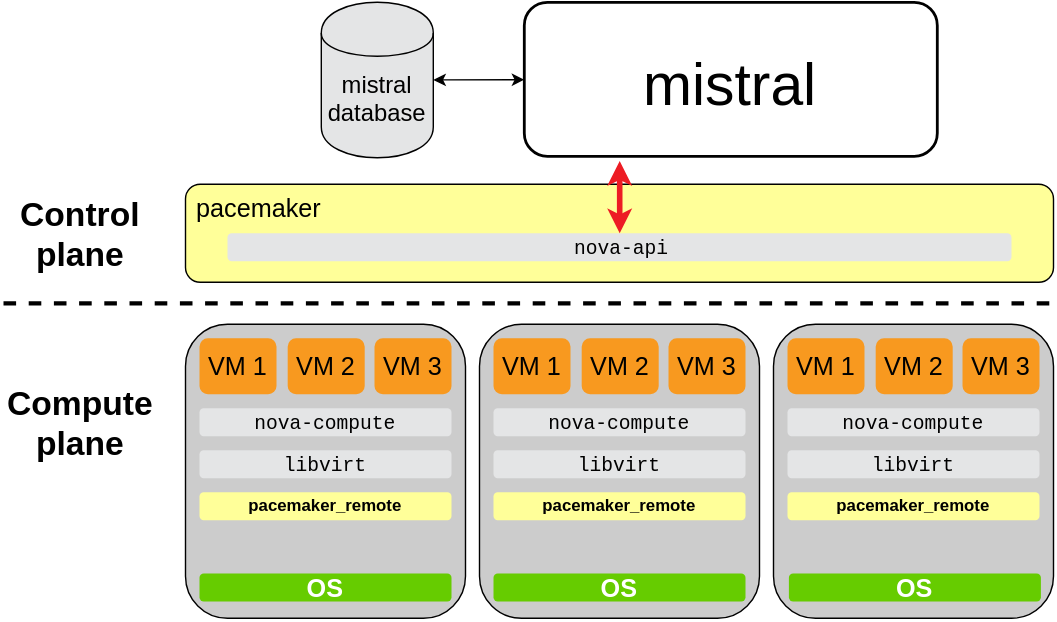
This is images/mistral-architecture.svg from SUSE/compute-ha-training, a draw.io export, as it was before one commit. Source tidied: cells renumbered, new cells last; positions are measured from the earlier drawing's top-left corner, leaving out a move shared by most shapes. Its diagram source:
```xml
<mxGraphModel background="#ffffff">
  <root>
    <mxCell id="0" />
    <mxCell id="1" parent="0" />
    <mxCell id="2" value="mistral" style="rounded=1;fontFamily=Arial;fillColor=#ffffff;strokeWidth=2;fontSize=42;strokeColor=#000000;" parent="1" vertex="1">
      <mxGeometry x="372" width="295" height="110" as="geometry" />
    </mxCell>
    <mxCell id="3" style="endArrow=classic;startArrow=classic;html=1;" parent="1" edge="1" source="4" target="2">
      <mxGeometry x="298" y="155.3" as="geometry" />
    </mxCell>
    <mxCell id="4" value="mistral&#10;database" style="shape=cylinder;rounded=1;shadow=0;strokeColor=#000000;strokeWidth=1;fillColor=#E4E5E6;fontFamily=Arial;fontSize=17;fontColor=#000000;align=center;spacingTop=26;" parent="1" vertex="1">
      <mxGeometry x="227" width="80" height="111" as="geometry" />
    </mxCell>
    <mxCell id="5" value=" pacemaker" style="rounded=1;whiteSpace=wrap;shadow=0;fontFamily=Arial;fillColor=#FFFF99;verticalAlign=top;align=left;fontSize=18;" parent="1" vertex="1">
      <mxGeometry x="130" y="130" width="620" height="70" as="geometry" />
    </mxCell>
    <mxCell id="6" value="nova-api" style="rounded=1;whiteSpace=wrap;strokeColor=none;fillColor=#E4E5E6;fontSize=14;fontFamily=Courier New;" parent="1" vertex="1">
      <mxGeometry x="160" y="165" width="560" height="20" as="geometry" />
    </mxCell>
    <mxCell id="7" style="line;html=1;dashed=1;strokeWidth=3;" parent="1" vertex="1">
      <mxGeometry y="210" width="750" height="10" as="geometry" />
    </mxCell>
    <mxCell id="8" value="Control plane" style="text;strokeColor=none;fillColor=none;align=center;verticalAlign=middle;whiteSpace=wrap;overflow=hidden;rounded=1;shadow=0;dashed=1;fontFamily=Arial;fontColor=#000000;fontStyle=1;fontSize=24;" parent="1" vertex="1">
      <mxGeometry y="130" width="110" height="70" as="geometry" />
    </mxCell>
    <mxCell id="9" value="Compute plane" style="text;strokeColor=none;fillColor=none;align=center;verticalAlign=middle;whiteSpace=wrap;overflow=hidden;rounded=1;shadow=0;dashed=1;fontFamily=Arial;fontColor=#000000;fontStyle=1;fontSize=24;" parent="1" vertex="1">
      <mxGeometry y="265" width="110" height="70" as="geometry" />
    </mxCell>
    <mxCell id="10" style="group;" parent="1" vertex="1">
      <mxGeometry x="130" y="230" width="200" height="210" as="geometry" />
    </mxCell>
    <mxCell id="11" style="rounded=1;whiteSpace=wrap;html=1;shadow=0;perimeterSpacing=0;fillColor=#CCCCCC;" parent="10" vertex="1">
      <mxGeometry width="200" height="210" as="geometry" />
    </mxCell>
    <mxCell id="12" value="pacemaker_remote" style="rounded=1;fillColor=#FFFF99;strokeColor=none;fontStyle=1;fontSize=12;" parent="10" vertex="1">
      <mxGeometry x="10" y="120" width="180" height="20" as="geometry" />
    </mxCell>
    <mxCell id="13" value="OS" style="rounded=1;fillColor=#66cc00;strokeColor=none;fontColor=#FFFFFF;fontStyle=1;fontSize=18;" parent="10" vertex="1">
      <mxGeometry x="10" y="178" width="180" height="20" as="geometry" />
    </mxCell>
    <mxCell id="14" value="VM 1" style="rounded=1;strokeColor=none;fillColor=#F8991F;fontSize=18;" parent="10" vertex="1">
      <mxGeometry x="10" y="10" width="55" height="40" as="geometry" />
    </mxCell>
    <mxCell id="15" value="VM 2" style="rounded=1;strokeColor=none;fillColor=#F8991F;fontSize=18;" parent="10" vertex="1">
      <mxGeometry x="73" y="10" width="55" height="40" as="geometry" />
    </mxCell>
    <mxCell id="16" value="VM 3" style="rounded=1;strokeColor=none;fillColor=#F8991F;fontSize=18;" parent="10" vertex="1">
      <mxGeometry x="135" y="10" width="55" height="40" as="geometry" />
    </mxCell>
    <mxCell id="17" value="libvirt" style="rounded=1;fillColor=#E4E5E6;strokeColor=none;fontFamily=Courier New;fontSize=14;" parent="10" vertex="1">
      <mxGeometry x="10" y="90" width="180" height="20" as="geometry" />
    </mxCell>
    <mxCell id="18" value="nova-compute" style="rounded=1;strokeColor=none;fillColor=#E4E5E6;fontFamily=Courier New;fontSize=14;" parent="10" vertex="1">
      <mxGeometry x="10" y="60" width="180" height="20" as="geometry" />
    </mxCell>
    <mxCell id="19" style="group;" parent="1" vertex="1">
      <mxGeometry x="340" y="230" width="200" height="210" as="geometry" />
    </mxCell>
    <mxCell id="20" style="rounded=1;whiteSpace=wrap;html=1;shadow=0;perimeterSpacing=0;fillColor=#CCCCCC;" parent="19" vertex="1">
      <mxGeometry width="200" height="210" as="geometry" />
    </mxCell>
    <mxCell id="21" value="pacemaker_remote" style="rounded=1;fillColor=#FFFF99;strokeColor=none;fontStyle=1;fontSize=12;" parent="19" vertex="1">
      <mxGeometry x="10" y="120" width="180" height="20" as="geometry" />
    </mxCell>
    <mxCell id="22" value="VM 1" style="rounded=1;strokeColor=none;fillColor=#F8991F;fontSize=18;" parent="19" vertex="1">
      <mxGeometry x="10" y="10" width="55" height="40" as="geometry" />
    </mxCell>
    <mxCell id="23" value="VM 2" style="rounded=1;strokeColor=none;fillColor=#F8991F;fontSize=18;" parent="19" vertex="1">
      <mxGeometry x="73" y="10" width="55" height="40" as="geometry" />
    </mxCell>
    <mxCell id="24" value="VM 3" style="rounded=1;strokeColor=none;fillColor=#F8991F;fontSize=18;" parent="19" vertex="1">
      <mxGeometry x="135" y="10" width="55" height="40" as="geometry" />
    </mxCell>
    <mxCell id="25" value="libvirt" style="rounded=1;fillColor=#E4E5E6;strokeColor=none;fontFamily=Courier New;fontSize=14;" parent="19" vertex="1">
      <mxGeometry x="10" y="90" width="180" height="20" as="geometry" />
    </mxCell>
    <mxCell id="26" value="nova-compute" style="rounded=1;strokeColor=none;fillColor=#E4E5E6;fontFamily=Courier New;fontSize=14;" parent="19" vertex="1">
      <mxGeometry x="10" y="60" width="180" height="20" as="geometry" />
    </mxCell>
    <mxCell id="27" value="OS" style="rounded=1;fillColor=#66cc00;strokeColor=none;fontColor=#FFFFFF;fontStyle=1;fontSize=18;" parent="19" vertex="1">
      <mxGeometry x="10" y="178" width="180" height="20" as="geometry" />
    </mxCell>
    <mxCell id="28" style="group;" parent="1" vertex="1">
      <mxGeometry x="550" y="230" width="200" height="210" as="geometry" />
    </mxCell>
    <mxCell id="29" style="rounded=1;whiteSpace=wrap;html=1;shadow=0;perimeterSpacing=0;fillColor=#CCCCCC;" parent="28" vertex="1">
      <mxGeometry width="200" height="210" as="geometry" />
    </mxCell>
    <mxCell id="30" value="pacemaker_remote" style="rounded=1;fillColor=#FFFF99;strokeColor=none;fontStyle=1;fontSize=12;" parent="28" vertex="1">
      <mxGeometry x="10" y="120" width="180" height="20" as="geometry" />
    </mxCell>
    <mxCell id="31" value="VM 1" style="rounded=1;strokeColor=none;fillColor=#F8991F;fontSize=18;" parent="28" vertex="1">
      <mxGeometry x="10" y="10" width="55" height="40" as="geometry" />
    </mxCell>
    <mxCell id="32" value="VM 2" style="rounded=1;strokeColor=none;fillColor=#F8991F;fontSize=18;" parent="28" vertex="1">
      <mxGeometry x="73" y="10" width="55" height="40" as="geometry" />
    </mxCell>
    <mxCell id="33" value="VM 3" style="rounded=1;strokeColor=none;fillColor=#F8991F;fontSize=18;" parent="28" vertex="1">
      <mxGeometry x="135" y="10" width="55" height="40" as="geometry" />
    </mxCell>
    <mxCell id="34" value="libvirt" style="rounded=1;fillColor=#E4E5E6;strokeColor=none;fontFamily=Courier New;fontSize=14;" parent="28" vertex="1">
      <mxGeometry x="10" y="90" width="180" height="20" as="geometry" />
    </mxCell>
    <mxCell id="35" value="nova-compute" style="rounded=1;strokeColor=none;fillColor=#E4E5E6;fontFamily=Courier New;fontSize=14;" parent="28" vertex="1">
      <mxGeometry x="10" y="60" width="180" height="20" as="geometry" />
    </mxCell>
    <mxCell id="36" value="OS" style="rounded=1;fillColor=#66cc00;strokeColor=none;fontColor=#FFFFFF;fontStyle=1;fontSize=18;" parent="28" vertex="1">
      <mxGeometry x="11" y="178" width="180" height="20" as="geometry" />
    </mxCell>
    <mxCell id="37" style="comic=0;html=1;entryX=0.5;entryY=0;shadow=0;startArrow=classic;startFill=1;startSize=5;endSize=5;jettySize=auto;strokeColor=#ED1C24;strokeWidth=4;fillColor=#ED1C24;fontFamily=Helvetica;fontSize=13;fontColor=#000000;exitX=0.231;exitY=1.03;rounded=0;exitPerimeter=0;" parent="1" edge="1" source="2" target="6">
      <mxGeometry relative="1" as="geometry" />
    </mxCell>
  </root>
</mxGraphModel>
```
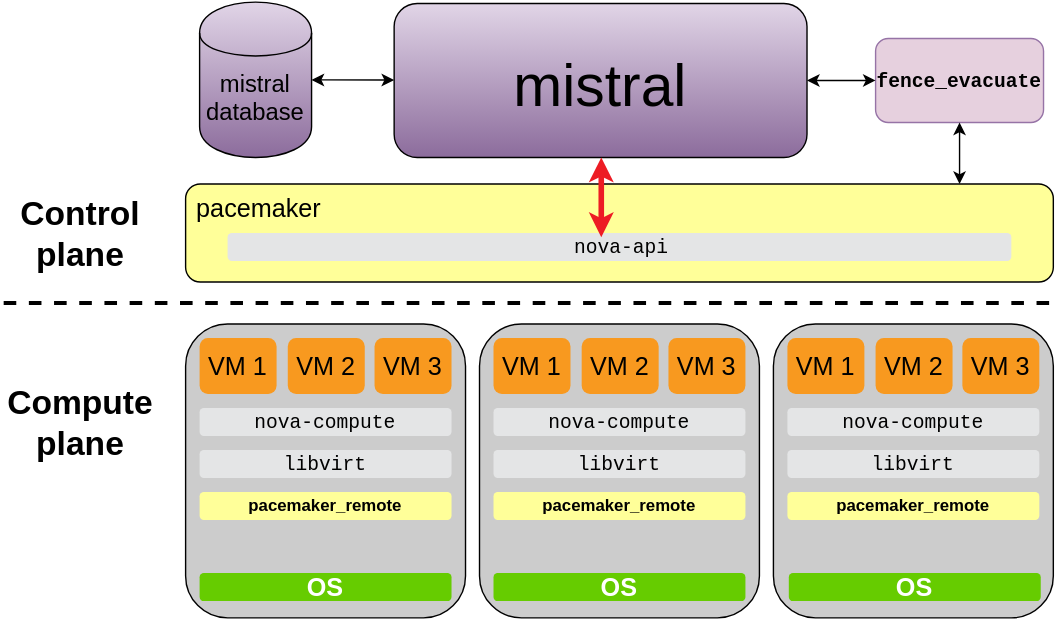
Later version of the same file.

Commit message:
big revamp of architecture / scalability diagrams

Change to the diagram source:
```diff
@@ -2,14 +2,14 @@
   <root>
     <mxCell id="0" />
     <mxCell id="1" parent="0" />
-    <mxCell id="2" value="mistral" style="rounded=1;fontFamily=Arial;fillColor=#ffffff;strokeWidth=2;fontSize=42;strokeColor=#000000;" parent="1" vertex="1">
-      <mxGeometry x="372" width="295" height="110" as="geometry" />
+    <mxCell id="2" value="mistral" style="rounded=1;fontFamily=Arial;fillColor=#E1D5E7;strokeWidth=1;fontSize=42;strokeColor=#000000;gradientColor=#8C6C9C;" parent="1" vertex="1">
+      <mxGeometry x="279" y="1" width="295" height="110" as="geometry" />
     </mxCell>
     <mxCell id="3" style="endArrow=classic;startArrow=classic;html=1;" parent="1" edge="1" source="4" target="2">
       <mxGeometry x="298" y="155.3" as="geometry" />
     </mxCell>
-    <mxCell id="4" value="mistral&#10;database" style="shape=cylinder;rounded=1;shadow=0;strokeColor=#000000;strokeWidth=1;fillColor=#E4E5E6;fontFamily=Arial;fontSize=17;fontColor=#000000;align=center;spacingTop=26;" parent="1" vertex="1">
-      <mxGeometry x="227" width="80" height="111" as="geometry" />
+    <mxCell id="4" value="mistral&#10;database" style="shape=cylinder;rounded=1;shadow=0;strokeColor=#000000;strokeWidth=1;fillColor=#E1D5E7;fontFamily=Arial;fontSize=17;fontColor=#000000;align=center;spacingTop=26;gradientColor=#8C6C9C;" parent="1" vertex="1">
+      <mxGeometry x="140" width="80" height="111" as="geometry" />
     </mxCell>
     <mxCell id="5" value=" pacemaker" style="rounded=1;whiteSpace=wrap;shadow=0;fontFamily=Arial;fillColor=#FFFF99;verticalAlign=top;align=left;fontSize=18;" parent="1" vertex="1">
       <mxGeometry x="130" y="130" width="620" height="70" as="geometry" />
@@ -107,8 +107,21 @@
     <mxCell id="36" value="OS" style="rounded=1;fillColor=#66cc00;strokeColor=none;fontColor=#FFFFFF;fontStyle=1;fontSize=18;" parent="28" vertex="1">
       <mxGeometry x="11" y="178" width="180" height="20" as="geometry" />
     </mxCell>
-    <mxCell id="37" style="comic=0;html=1;entryX=0.5;entryY=0;shadow=0;startArrow=classic;startFill=1;startSize=5;endSize=5;jettySize=auto;strokeColor=#ED1C24;strokeWidth=4;fillColor=#ED1C24;fontFamily=Helvetica;fontSize=13;fontColor=#000000;exitX=0.231;exitY=1.03;rounded=0;exitPerimeter=0;" parent="1" edge="1" source="2" target="6">
-      <mxGeometry relative="1" as="geometry" />
+    <mxCell id="37" style="comic=0;html=1;shadow=0;startArrow=classic;startFill=1;startSize=5;endSize=5;jettySize=auto;strokeColor=#ED1C24;strokeWidth=4;fillColor=#ED1C24;fontFamily=Helvetica;fontSize=13;fontColor=#000000;exitX=0.5;exitY=1;rounded=0;" parent="1" edge="1" source="2">
+      <mxGeometry relative="1" as="geometry">
+        <mxPoint x="427" y="168" as="targetPoint" />
+      </mxGeometry>
     </mxCell>
+    <mxCell id="38" value="fence_evacuate" style="rounded=1;shadow=0;strokeWidth=1;fontFamily=Courier New;fontSize=14;fontColor=#000000;align=center;fontStyle=1;plain-purple;fillColor=#E6D0DE;gradientColor=none;" parent="1" vertex="1">
+      <mxGeometry x="623" y="26" width="120" height="60" as="geometry" />
+    </mxCell>
+    <mxCell id="39" style="endArrow=classic;startArrow=classic;html=1;entryX=1;entryY=0.5;exitX=0;exitY=0.5;" parent="1" edge="1" source="38" target="2">
+      <mxGeometry x="644" y="69.3" as="geometry" />
+    </mxCell>
+    <mxCell id="40" style="edgeStyle=orthogonalEdgeStyle;rounded=0;html=1;exitX=0.5;exitY=1;jettySize=auto;startArrow=classic;startFill=1;" parent="1" edge="1" source="38">
+      <mxGeometry relative="1" as="geometry">
+        <mxPoint x="683" y="130" as="targetPoint" />
+      </mxGeometry>
+    </mxCell>
   </root>
 </mxGraphModel>
```
